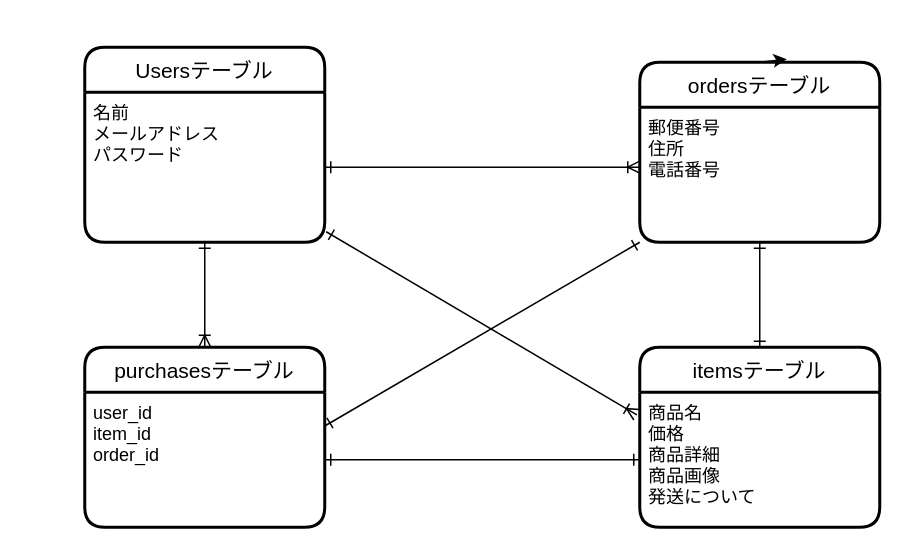
Above: er.dio in kohei-san/furima-34783 (draw.io), before the change. Source tidied: cells renumbered, new cells numbered last; positions are measured from the earlier drawing's top-left corner, leaving out a move shared by most shapes. Both pictures are drawn from the tidied source at 150%, with x=0, y=0 at pixel (84, 46).
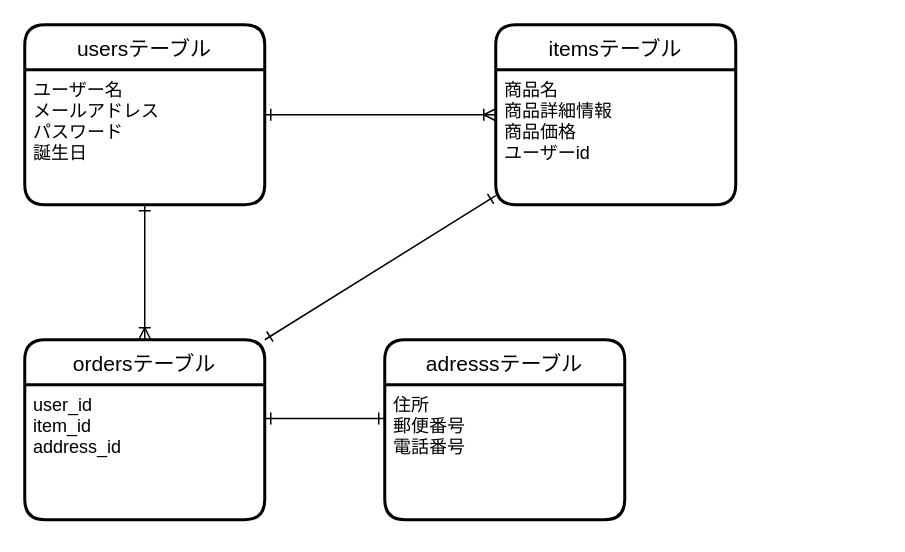
The same page after the edit.

Commit message (it also covers changes not shown here):
データベース設計修正２

What changed in the source:
```diff
@@
 <mxGraphModel>
   <root>
     <mxCell id="0" />
     <mxCell id="1" parent="0" />
-    <mxCell id="2" value="Usersテーブル" style="swimlane;horizontal=1;startSize=30;rounded=1;fontSize=14;fontStyle=0;strokeWidth=2;shadow=0;dashed=0;align=center;" parent="1" vertex="1">
-      <mxGeometry width="160" height="130" as="geometry" />
-    </mxCell>
-    <mxCell id="3" value="名前&#10;メールアドレス&#10;パスワード" style="align=left;strokeColor=none;fillColor=none;spacingLeft=4;fontSize=12;verticalAlign=top;" parent="2" vertex="1">
-      <mxGeometry y="30" width="160" height="100" as="geometry" />
-    </mxCell>
+    <mxCell id="18" style="rounded=0;jettySize=auto;html=1;entryX=0;entryY=0.5;entryDx=0;entryDy=0;startArrow=ERone;startFill=0;endArrow=ERoneToMany;endFill=0;" parent="1" edge="1" source="19" target="4">
+      <mxGeometry relative="1" as="geometry" />
+    </mxCell>
+    <mxCell id="19" value="usersテーブル" style="swimlane;horizontal=1;startSize=30;rounded=1;fontSize=14;fontStyle=0;strokeWidth=2;shadow=0;dashed=0;align=center;" parent="1" vertex="1">
+      <mxGeometry x="-40" y="-15" width="160" height="120" as="geometry" />
+    </mxCell>
+    <mxCell id="20" value="ユーザー名&#10;メールアドレス&#10;パスワード&#10;誕生日" style="align=left;strokeColor=none;fillColor=none;spacingLeft=4;fontSize=12;verticalAlign=top;" parent="19" vertex="1">
+      <mxGeometry y="30" width="160" height="90" as="geometry" />
+    </mxCell>
     <mxCell id="4" value="itemsテーブル" style="swimlane;horizontal=1;startSize=30;rounded=1;fontSize=14;fontStyle=0;strokeWidth=2;shadow=0;dashed=0;align=center;" parent="1" vertex="1">
-      <mxGeometry x="370" y="200" width="160" height="120" as="geometry" />
+      <mxGeometry x="274" y="-15" width="160" height="120" as="geometry" />
     </mxCell>
-    <mxCell id="5" value="商品名&#10;価格&#10;商品詳細&#10;商品画像&#10;発送について" style="align=left;strokeColor=none;fillColor=none;spacingLeft=4;fontSize=12;verticalAlign=top;" parent="4" vertex="1">
-      <mxGeometry y="30" width="160" height="90" as="geometry" />
-    </mxCell>
+    <mxCell id="21" value="商品名&#10;商品詳細情報&#10;商品価格&#10;ユーザーid&#10;&#10;" style="align=left;strokeColor=none;fillColor=none;spacingLeft=4;fontSize=12;verticalAlign=top;" parent="4" vertex="1">
+      <mxGeometry y="30" width="160" height="90" as="geometry" />
+    </mxCell>
+    <mxCell id="22" style="edgeStyle=none;rounded=0;jettySize=auto;html=1;exitX=1;exitY=0;exitDx=0;exitDy=0;entryX=0;entryY=0.933;entryDx=0;entryDy=0;entryPerimeter=0;startArrow=ERone;startFill=0;endArrow=ERone;endFill=0;" parent="1" edge="1" source="6" target="21">
+      <mxGeometry relative="1" as="geometry" />
+    </mxCell>
     <mxCell id="6" value="ordersテーブル" style="swimlane;horizontal=1;startSize=30;rounded=1;fontSize=14;fontStyle=0;strokeWidth=2;shadow=0;dashed=0;align=center;" parent="1" vertex="1">
-      <mxGeometry x="370" y="10" width="160" height="120" as="geometry" />
+      <mxGeometry x="-40" y="195" width="160" height="120" as="geometry" />
     </mxCell>
-    <mxCell id="7" value="郵便番号&#10;住所&#10;電話番号" style="align=left;strokeColor=none;fillColor=none;spacingLeft=4;fontSize=12;verticalAlign=top;" parent="6" vertex="1">
-      <mxGeometry y="30" width="160" height="90" as="geometry" />
-    </mxCell>
-    <mxCell id="8" style="edgeStyle=none;rounded=0;orthogonalLoop=1;jettySize=auto;html=1;exitX=0.5;exitY=0;exitDx=0;exitDy=0;startArrow=ERone;startFill=0;endArrow=ERone;endFill=0;" parent="6" edge="1" source="7" target="7">
-      <mxGeometry relative="1" as="geometry" />
-    </mxCell>
-    <mxCell id="9" style="edgeStyle=none;rounded=0;orthogonalLoop=1;jettySize=auto;html=1;exitX=0.5;exitY=0;exitDx=0;exitDy=0;entryX=0.613;entryY=-0.017;entryDx=0;entryDy=0;entryPerimeter=0;" parent="1" edge="1" source="6" target="6">
-      <mxGeometry relative="1" as="geometry" />
-    </mxCell>
-    <mxCell id="10" style="rounded=0;jettySize=auto;html=1;exitX=0.5;exitY=0;exitDx=0;exitDy=0;startArrow=ERone;startFill=0;endArrow=ERone;endFill=0;entryX=0.5;entryY=1;entryDx=0;entryDy=0;" parent="1" edge="1" source="4" target="7">
-      <mxGeometry relative="1" as="geometry" />
-    </mxCell>
-    <mxCell id="11" style="rounded=0;jettySize=auto;html=1;startArrow=ERone;startFill=0;endArrow=ERoneToMany;endFill=0;entryX=0;entryY=0.444;entryDx=0;entryDy=0;exitX=1;exitY=0.5;exitDx=0;exitDy=0;entryPerimeter=0;" parent="1" edge="1" source="3" target="7">
-      <mxGeometry relative="1" as="geometry" />
-    </mxCell>
-    <mxCell id="12" style="rounded=0;jettySize=auto;html=1;startArrow=ERoneToMany;startFill=0;endArrow=ERone;endFill=0;entryX=1.006;entryY=0.93;entryDx=0;entryDy=0;exitX=-0.012;exitY=0.167;exitDx=0;exitDy=0;exitPerimeter=0;entryPerimeter=0;" parent="1" edge="1" source="5" target="3">
-      <mxGeometry relative="1" as="geometry" />
-    </mxCell>
-    <mxCell id="13" value="purchasesテーブル" style="swimlane;horizontal=1;startSize=30;rounded=1;fontSize=14;fontStyle=0;strokeWidth=2;shadow=0;dashed=0;align=center;" parent="1" vertex="1">
-      <mxGeometry y="200" width="160" height="120" as="geometry" />
-    </mxCell>
-    <mxCell id="14" value="user_id&#10;item_id&#10;order_id" style="align=left;strokeColor=none;fillColor=none;spacingLeft=4;fontSize=12;verticalAlign=top;" parent="13" vertex="1">
-      <mxGeometry y="30" width="160" height="90" as="geometry" />
-    </mxCell>
-    <mxCell id="15" style="rounded=0;jettySize=auto;html=1;startArrow=ERone;startFill=0;endArrow=ERoneToMany;endFill=0;entryX=0.5;entryY=0;entryDx=0;entryDy=0;exitX=0.5;exitY=1;exitDx=0;exitDy=0;" parent="1" edge="1" source="3" target="13">
-      <mxGeometry relative="1" as="geometry" />
-    </mxCell>
-    <mxCell id="16" style="edgeStyle=none;rounded=0;jettySize=auto;html=1;exitX=1;exitY=0.5;exitDx=0;exitDy=0;entryX=0;entryY=0.5;entryDx=0;entryDy=0;startArrow=ERone;startFill=0;endArrow=ERone;endFill=0;" parent="1" edge="1" source="14" target="5">
-      <mxGeometry relative="1" as="geometry" />
-    </mxCell>
-    <mxCell id="17" style="edgeStyle=none;rounded=0;jettySize=auto;html=1;exitX=1;exitY=0.25;exitDx=0;exitDy=0;entryX=0;entryY=1;entryDx=0;entryDy=0;startArrow=ERone;startFill=0;endArrow=ERone;endFill=0;" parent="1" edge="1" source="14" target="7">
-      <mxGeometry relative="1" as="geometry" />
-    </mxCell>
+    <mxCell id="23" value="user_id&#10;item_id&#10;address_id" style="align=left;strokeColor=none;fillColor=none;spacingLeft=4;fontSize=12;verticalAlign=top;" parent="6" vertex="1">
+      <mxGeometry y="30" width="160" height="90" as="geometry" />
+    </mxCell>
+    <mxCell id="24" value="adresssテーブル" style="swimlane;horizontal=1;startSize=30;rounded=1;fontSize=14;fontStyle=0;strokeWidth=2;shadow=0;dashed=0;align=center;" parent="1" vertex="1">
+      <mxGeometry x="200" y="195" width="160" height="120" as="geometry" />
+    </mxCell>
+    <mxCell id="25" value="住所&#10;郵便番号&#10;電話番号" style="align=left;strokeColor=none;fillColor=none;spacingLeft=4;fontSize=12;verticalAlign=top;" parent="24" vertex="1">
+      <mxGeometry y="30" width="160" height="90" as="geometry" />
+    </mxCell>
+    <mxCell id="26" style="edgeStyle=none;rounded=0;jettySize=auto;html=1;entryX=0.5;entryY=0;entryDx=0;entryDy=0;startArrow=ERone;startFill=0;endArrow=ERoneToMany;endFill=0;" parent="1" edge="1" source="20" target="6">
+      <mxGeometry relative="1" as="geometry" />
+    </mxCell>
+    <mxCell id="27" style="rounded=0;jettySize=auto;html=1;exitX=1;exitY=0.25;exitDx=0;exitDy=0;entryX=0;entryY=0.25;entryDx=0;entryDy=0;startArrow=ERone;startFill=0;endArrow=ERone;endFill=0;" parent="1" edge="1" source="23" target="25">
+      <mxGeometry relative="1" as="geometry" />
+    </mxCell>
   </root>
 </mxGraphModel>
```
